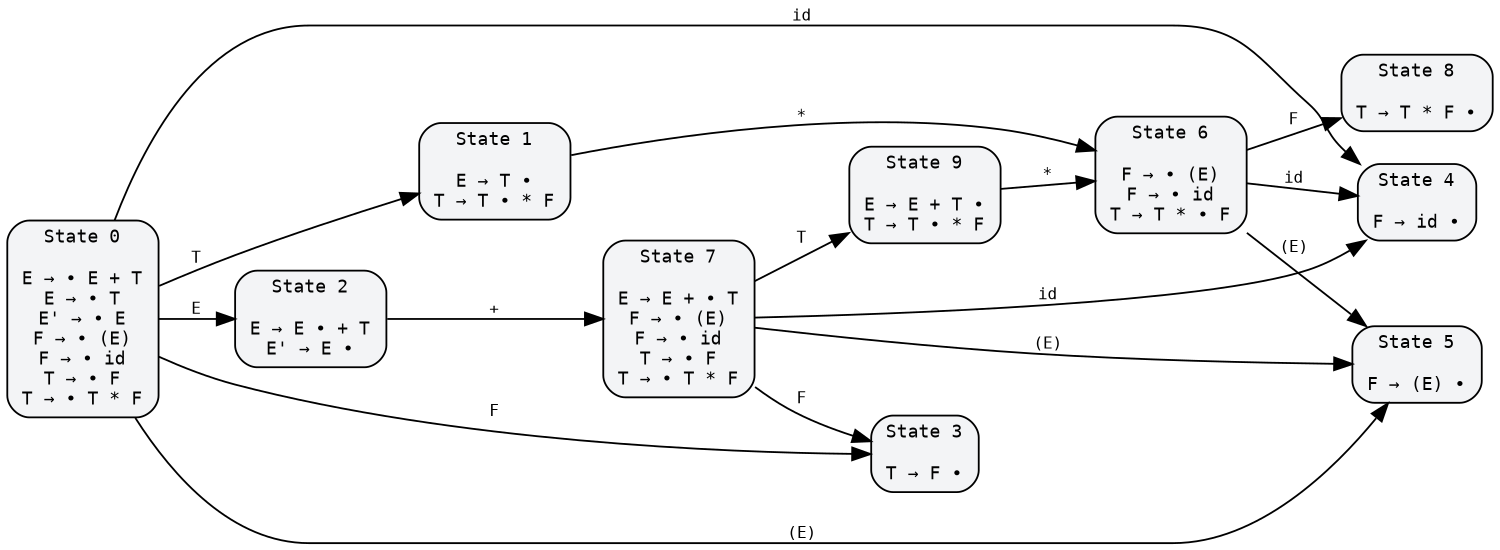
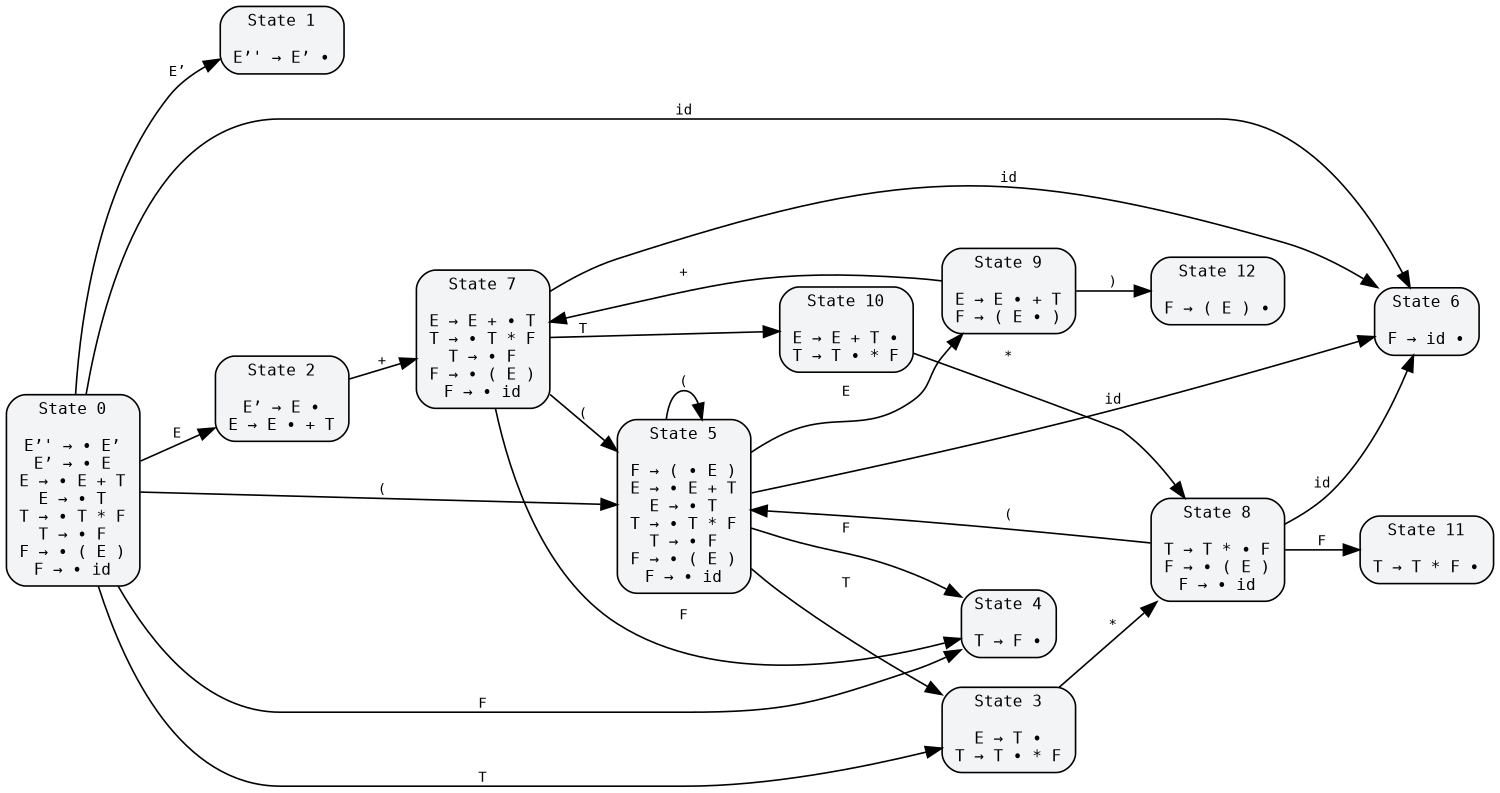
digraph {
	rankdir=LR size="10,10"
	node [fillcolor="#f3f4f6" fontname=Courier fontsize=10 shape=box style="rounded,filled"]
	edge [fontname=Courier fontsize=9]
	0 [label="State 0

+ E’' → • E’
+ E’ → • E
E → • E + T
E → • T
- E' → • E
- F → • (E)
+ T → • T * F
+ T → • F
+ F → • ( E )
F → • id
- T → • F
- T → • T * F
"]
	1 [label="State 1
+ 
+ E’' → E’ •
+ "]
+ 	2 [label="State 2
+ 
+ E’ → E •
+ E → E • + T
+ "]
+ 	3 [label="State 3

E → T •
T → T • * F
"]
- 	2 [label="State 2
- 
- E → E • + T
- E' → E •
- "]
- 	3 [label="State 3
+ 	4 [label="State 4

T → F •
"]
- 	4 [label="State 4
- 
- F → id •
- "]
	5 [label="State 5

- F → (E) •
+ F → ( • E )
+ E → • E + T
+ E → • T
+ T → • T * F
+ T → • F
+ F → • ( E )
+ F → • id
"]
	6 [label="State 6

- F → • (E)
- F → • id
- T → T * • F
+ F → id •
"]
	7 [label="State 7

E → E + • T
- F → • (E)
+ T → • T * F
+ T → • F
+ F → • ( E )
F → • id
- T → • F
- T → • T * F
"]
	8 [label="State 8

- T → T * F •
+ T → T * • F
+ F → • ( E )
+ F → • id
"]
	9 [label="State 9
+ 
+ E → E • + T
+ F → ( E • )
+ "]
+ 	10 [label="State 10

E → E + T •
T → T • * F
"]
- 	0 -> 1 [label=T]
+ 	11 [label="State 11
+ 
+ T → T * F •
+ "]
+ 	12 [label="State 12
+ 
+ F → ( E ) •
+ "]
+ 	0 -> 1 [label="E’"]
	0 -> 2 [label=E]
- 	0 -> 3 [label=F]
- 	0 -> 4 [label=id]
- 	0 -> 5 [label="(E)"]
- 	1 -> 6 [label="*"]
+ 	0 -> 3 [label=T]
+ 	0 -> 4 [label=F]
+ 	0 -> 5 [label="("]
+ 	0 -> 6 [label=id]
	2 -> 7 [label="+"]
- 	6 -> 8 [label=F]
- 	6 -> 4 [label=id]
- 	6 -> 5 [label="(E)"]
- 	7 -> 9 [label=T]
- 	7 -> 3 [label=F]
- 	7 -> 4 [label=id]
- 	7 -> 5 [label="(E)"]
- 	9 -> 6 [label="*"]
+ 	3 -> 8 [label="*"]
+ 	5 -> 9 [label=E]
+ 	5 -> 3 [label=T]
+ 	5 -> 4 [label=F]
+ 	5 -> 5 [label="("]
+ 	5 -> 6 [label=id]
+ 	7 -> 10 [label=T]
+ 	7 -> 4 [label=F]
+ 	7 -> 5 [label="("]
+ 	7 -> 6 [label=id]
+ 	8 -> 11 [label=F]
+ 	8 -> 5 [label="("]
+ 	8 -> 6 [label=id]
+ 	9 -> 7 [label="+"]
+ 	9 -> 12 [label=")"]
+ 	10 -> 8 [label="*"]
}
